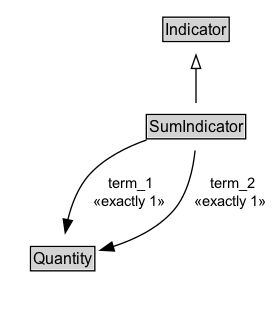
Above: docs/diagrams/SumIndicator.dot.png in ISO-TC204/ontology-i72-v1 (Graphviz), before the change. Its source is kept beside it as docs/diagrams/SumIndicator.dot.
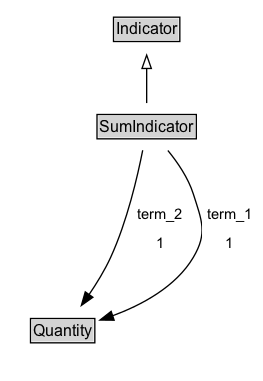
After the commit.

The edit, as a diff of the source:
```diff
@@ -3,20 +3,22 @@
 	node [fontname=Arial fontsize=12 margin=0 shape=none]
 	edge [fontname=Arial fontsize=11]
 	{
+		rank=source
+		Indicator [label=<<TABLE BORDER="1" CELLBORDER="0" CELLSPACING="0" CELLPADDING="1"><TR><TD BGCOLOR="lightgray" ALIGN="CENTER">Indicator</TD></TR></TABLE>> URL="../Indicator" margin=0]
+	}
+	SumIndicator [label=<<TABLE BORDER="1" CELLBORDER="0" CELLSPACING="0" CELLPADDING="1"><TR><TD BGCOLOR="lightgray" ALIGN="CENTER">SumIndicator</TD></TR></TABLE>> URL="../SumIndicator" margin=0]
+	{
 		rank=max
-		SumIndicator [label=<<TABLE BORDER="1" CELLBORDER="0" CELLSPACING="0" CELLPADDING="1"><TR><TD BGCOLOR="lightgray" ALIGN="CENTER" PORT="e">SumIndicator</TD></TR></TABLE>> URL="../SumIndicator.md" margin=0]
 	}
 	subgraph cluster_associated {
 		label="" style=invis
 		Invis [label=<<TABLE BORDER="0" CELLBORDER="0" CELLSPACING="0" CELLPADDING="1"><TR><TD></TD></TR></TABLE>> margin=0 style=invis]
-		Quantity [label=<<TABLE BORDER="1" CELLBORDER="0" CELLSPACING="0" CELLPADDING="1"><TR><TD BGCOLOR="lightgray" ALIGN="CENTER">Quantity</TD></TR></TABLE>> URL="../Quantity.md" margin=0]
+		Quantity [label=<<TABLE BORDER="1" CELLBORDER="0" CELLSPACING="0" CELLPADDING="1"><TR><TD BGCOLOR="lightgray" ALIGN="CENTER">Quantity</TD></TR></TABLE>> URL="../Quantity" margin=0]
 	}
-	Indicator [label=<<TABLE BORDER="1" CELLBORDER="0" CELLSPACING="0" CELLPADDING="1"><TR><TD BGCOLOR="lightgray" ALIGN="CENTER">Indicator</TD></TR></TABLE>> URL="../Indicator.md" margin=0]
 	SumIndicator -> Indicator [arrowhead=onormal style=solid]
 	SumIndicator -> Invis [style=invis]
 	Invis -> Quantity [style=invis]
-	SumIndicator -> Quantity [label=" term_1
- «exactly 1»  " arrowhead=normal style=solid]
-	SumIndicator -> Quantity [label=" term_2
- «exactly 1»  " arrowhead=normal style=solid]
+	Quantity [label=<<TABLE BORDER="1" CELLBORDER="0" CELLSPACING="0" CELLPADDING="1"><TR><TD BGCOLOR="lightgray" ALIGN="CENTER">Quantity</TD></TR></TABLE>> URL="../Quantity" margin=0]
+	SumIndicator -> Quantity [label=<<TABLE BORDER="0" CELLBORDER="0" CELLSPACING="0" CELLPADDING="4" BGCOLOR="white"><TR><TD ALIGN="CENTER">term_2</TD></TR><TR><TD ALIGN="CENTER">1</TD></TR></TABLE>> arrowhead=normal style=solid]
+	SumIndicator -> Quantity [label=<<TABLE BORDER="0" CELLBORDER="0" CELLSPACING="0" CELLPADDING="4" BGCOLOR="white"><TR><TD ALIGN="CENTER">term_1</TD></TR><TR><TD ALIGN="CENTER">1</TD></TR></TABLE>> arrowhead=normal style=solid]
 }
```
